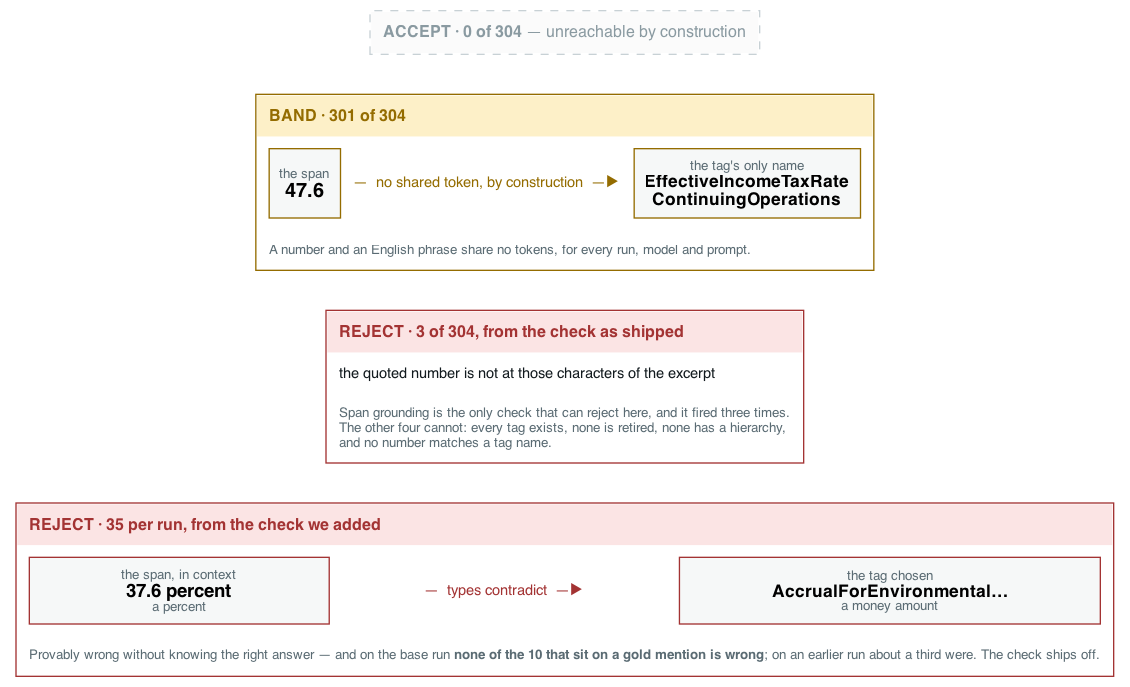
This is docs/figures/fig4b-accept-finer.png from wbagais/reliability-ladder, a Graphviz export, as it was before one commit. Its source is kept beside it as docs/figures/fig4b-accept-finer.dot.
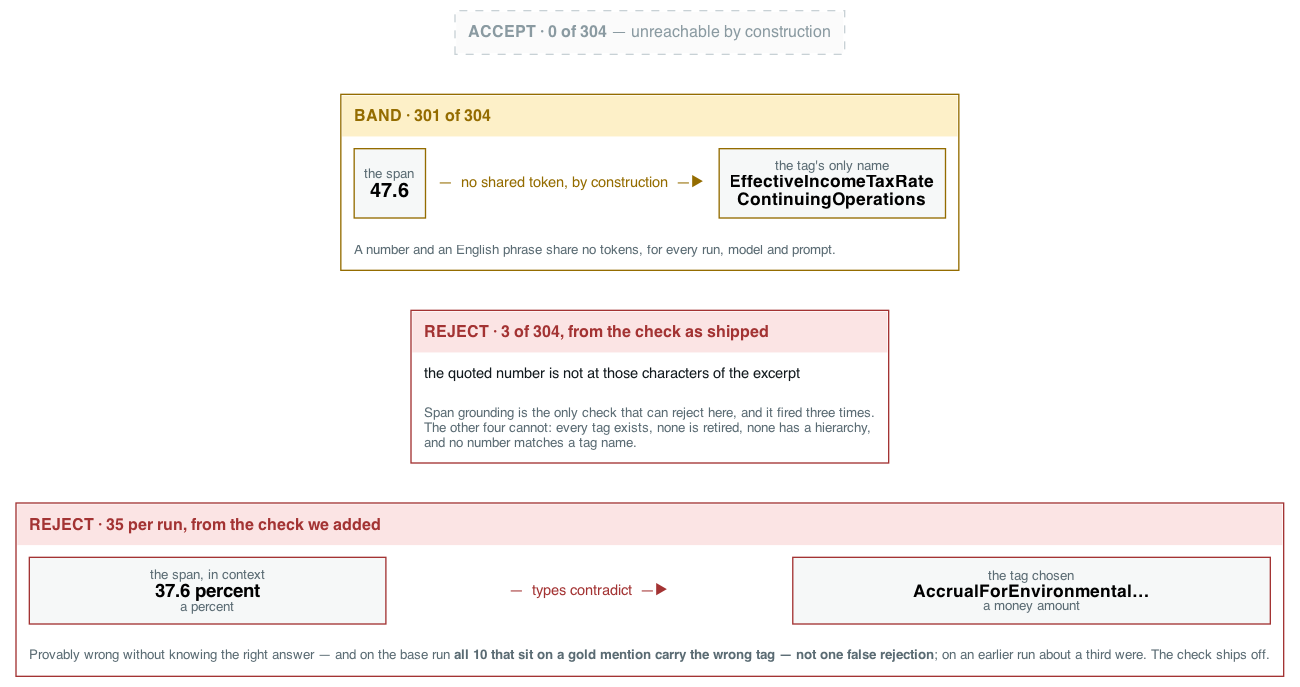
Later version of the same file.

What changed in the source:
```diff
@@ -31,7 +31,7 @@
         <TD BORDER="0"><FONT POINT-SIZE="11" COLOR="#a33333"> &#8212;  types contradict  &#8212;&#9654; </FONT></TD>
         <TD BGCOLOR="#f6f8f8"><FONT POINT-SIZE="10.5" COLOR="#5a6b73">the tag chosen</FONT><BR/><FONT POINT-SIZE="13"><B>AccrualForEnvironmental…</B></FONT><BR/><FONT POINT-SIZE="10.5" COLOR="#5a6b73">a money amount</FONT></TD>
       </TR></TABLE></TD></TR>
-    <TR><TD ALIGN="LEFT" BGCOLOR="#ffffff"><FONT POINT-SIZE="10.5" COLOR="#5a6b73">Provably wrong without knowing the right answer &#8212; and on the base run <B>none of the 10 that sit on a gold mention is wrong</B>; on an earlier run about a third were. The check ships off.</FONT></TD></TR>
+    <TR><TD ALIGN="LEFT" BGCOLOR="#ffffff"><FONT POINT-SIZE="10.5" COLOR="#5a6b73">Provably wrong without knowing the right answer &#8212; and on the base run <B>all 10 that sit on a gold mention carry the wrong tag &#8212; not one false rejection</B>; on an earlier run about a third were. The check ships off.</FONT></TD></TR>
     </TABLE>>];
 
   acc -> band [style=invis]; band -> rej [style=invis]; rej -> rej2 [style=invis];
```
